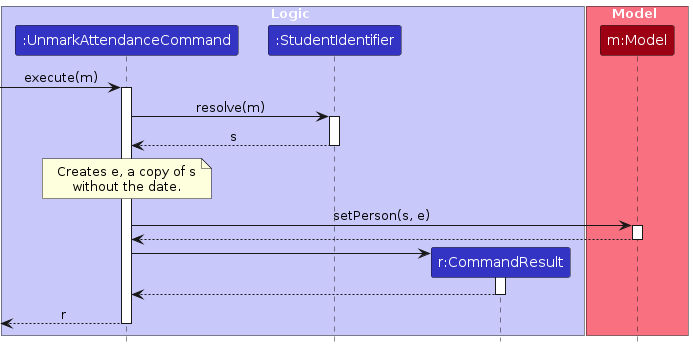
Earlier version of the PlantUML export diagrams/UnmarkAttendanceSequenceDiagram.png (AY2627S1-CS2103T-T10-2/tp). Its source is kept beside it as diagrams/UnmarkAttendanceSequenceDiagram.puml. Source of this version:
```plantuml
@startuml
!include style.puml
skinparam ArrowFontStyle plain

box Logic LOGIC_COLOR_T1
participant ":UnmarkAttendanceCommand" as UnmarkAttendanceCommand LOGIC_COLOR
participant ":StudentIdentifier" as StudentIdentifier LOGIC_COLOR
participant "r:CommandResult" as CommandResult LOGIC_COLOR
end box

box Model MODEL_COLOR_T1
participant "m:Model" as Model MODEL_COLOR
end box

[-> UnmarkAttendanceCommand : execute(m)
activate UnmarkAttendanceCommand

UnmarkAttendanceCommand -> StudentIdentifier : resolve(m)
activate StudentIdentifier

StudentIdentifier --> UnmarkAttendanceCommand : s
deactivate StudentIdentifier

note over UnmarkAttendanceCommand
Creates e, a copy of s
without the date.
end note

UnmarkAttendanceCommand -> Model : setPerson(s, e)
activate Model

Model --> UnmarkAttendanceCommand
deactivate Model

create CommandResult
UnmarkAttendanceCommand -> CommandResult
activate CommandResult

CommandResult --> UnmarkAttendanceCommand
deactivate CommandResult

[<-- UnmarkAttendanceCommand : r
deactivate UnmarkAttendanceCommand
@enduml
```
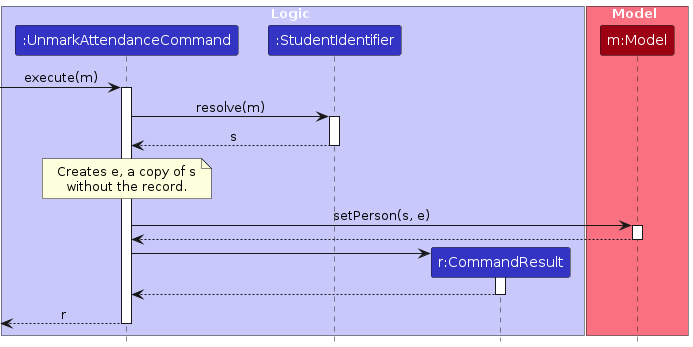
The same file after the commit.

Change to the diagram source:
```diff
@@ -23,7 +23,7 @@
 
 note over UnmarkAttendanceCommand
 Creates e, a copy of s
-without the date.
+without the record.
 end note
 
 UnmarkAttendanceCommand -> Model : setPerson(s, e)
```
